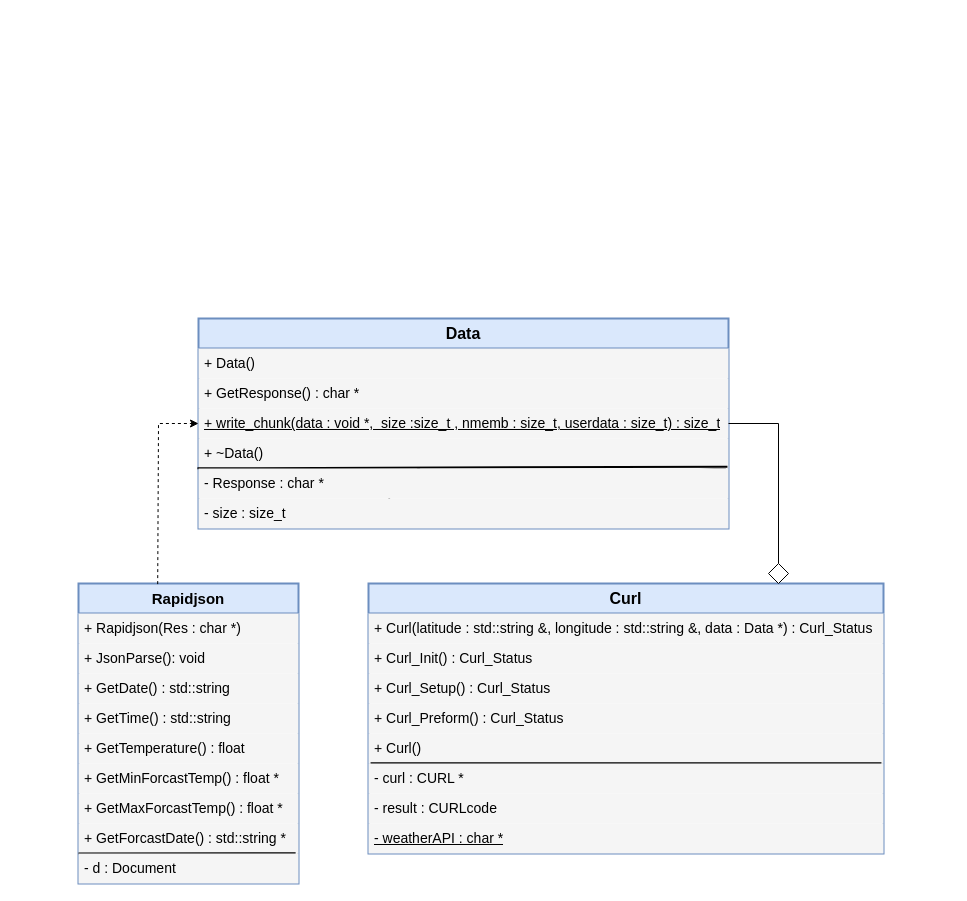
salmanasser712/WeatherForcast keeps this draw.io diagram as Docs/Class Diagram/WeatherForcast_ClassDiagram.drawio. Above is the earlier version. Source tidied: cells renumbered, new cells numbered last; positions are measured from the earlier drawing's top-left corner, leaving out a move shared by most shapes. Both pictures are drawn from the tidied source at 100%, with x=0, y=0 at pixel (78, 318).
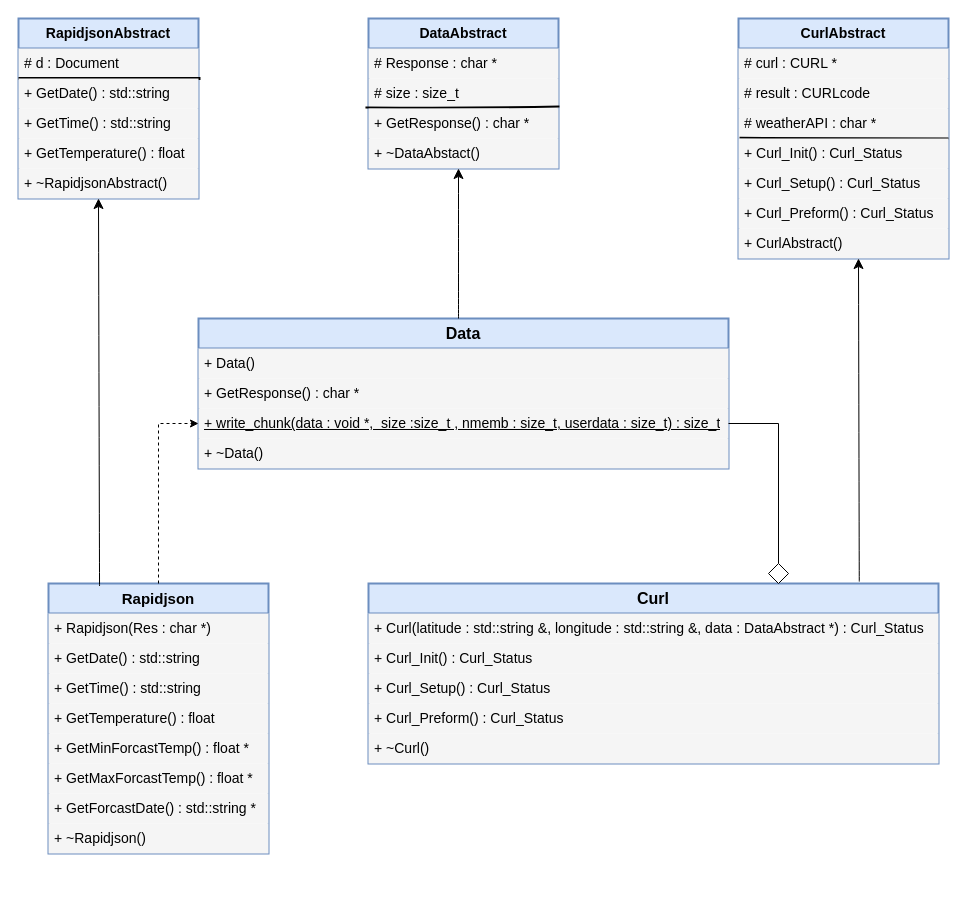
After the change.

The change refers to these unchanged cells:
```xml
<mxCell id="26" value="&lt;u style=&quot;font-size: 14px;&quot;&gt;+ write_chunk(data : void *,&amp;nbsp; size :size_t , nmemb : size_t, userdata : size_t) :&amp;nbsp;size_t&lt;/u&gt;" style="text;strokeColor=none;fillColor=#f5f5f5;align=left;verticalAlign=middle;spacingLeft=4;spacingRight=4;overflow=hidden;points=[[0,0.5],[1,0.5]];portConstraint=eastwest;whiteSpace=wrap;html=1;fontColor=#000000;fontSize=14;strokeWidth=2;" parent="23" vertex="1">
  <mxGeometry y="90" width="530" height="30" as="geometry" />
</mxCell>
```

The edit, as a diff of the source:
```diff
@@
     <mxCell id="2" value="&lt;b&gt;&lt;font style=&quot;font-size: 15px;&quot;&gt;Rapidjson&lt;/font&gt;&lt;/b&gt;" style="swimlane;fontStyle=0;horizontal=1;startSize=30;whiteSpace=wrap;html=1;fillColor=#dae8fc;strokeColor=#6c8ebf;strokeWidth=2;" parent="1" vertex="1">
-      <mxGeometry y="265" width="220" height="300" as="geometry" />
+      <mxGeometry x="-30" y="265" width="220" height="270" as="geometry" />
     </mxCell>
@@
-    <mxCell id="4" value="+&amp;nbsp;JsonParse(): void" style="text;strokeColor=none;fillColor=#f5f5f5;align=left;verticalAlign=middle;spacingLeft=4;spacingRight=4;overflow=hidden;whiteSpace=wrap;html=1;fontColor=#000000;fontSize=14;strokeWidth=2;" parent="2" vertex="1">
-      <mxGeometry y="60" width="220" height="30" as="geometry" />
-    </mxCell>
     <mxCell id="5" value="+ GetDate() : std::string" style="text;strokeColor=none;fillColor=#f5f5f5;align=left;verticalAlign=middle;spacingLeft=4;spacingRight=4;overflow=hidden;whiteSpace=wrap;html=1;fontColor=#000000;fontSize=14;strokeWidth=2;" parent="2" vertex="1">
-      <mxGeometry y="90" width="220" height="30" as="geometry" />
+      <mxGeometry y="60" width="220" height="30" as="geometry" />
     </mxCell>
     <mxCell id="6" value="+&amp;nbsp;GetTime() : std::string" style="text;strokeColor=none;fillColor=#f5f5f5;align=left;verticalAlign=middle;spacingLeft=4;spacingRight=4;overflow=hidden;whiteSpace=wrap;html=1;fontColor=#000000;fontSize=14;strokeWidth=2;" parent="2" vertex="1">
-      <mxGeometry y="120" width="220" height="30" as="geometry" />
+      <mxGeometry y="90" width="220" height="30" as="geometry" />
     </mxCell>
     <mxCell id="7" value="+&amp;nbsp;GetTemperature() : float" style="text;strokeColor=none;fillColor=#f5f5f5;align=left;verticalAlign=middle;spacingLeft=4;spacingRight=4;overflow=hidden;whiteSpace=wrap;html=1;fontColor=#000000;fontSize=14;strokeWidth=2;" parent="2" vertex="1">
-      <mxGeometry y="150" width="220" height="30" as="geometry" />
+      <mxGeometry y="120" width="220" height="30" as="geometry" />
     </mxCell>
     <mxCell id="8" value="+&amp;nbsp;GetMinForcastTemp() : float *" style="text;strokeColor=none;fillColor=#f5f5f5;align=left;verticalAlign=middle;spacingLeft=4;spacingRight=4;overflow=hidden;whiteSpace=wrap;html=1;fontColor=#000000;fontSize=14;strokeWidth=2;" parent="2" vertex="1">
-      <mxGeometry y="180" width="220" height="30" as="geometry" />
+      <mxGeometry y="150" width="220" height="30" as="geometry" />
     </mxCell>
     <mxCell id="9" value="+&amp;nbsp;GetMaxForcastTemp() : float *" style="text;strokeColor=none;fillColor=#f5f5f5;align=left;verticalAlign=middle;spacingLeft=4;spacingRight=4;overflow=hidden;whiteSpace=wrap;html=1;fontColor=#000000;fontSize=14;strokeWidth=2;" parent="2" vertex="1">
-      <mxGeometry y="210" width="220" height="30" as="geometry" />
+      <mxGeometry y="180" width="220" height="30" as="geometry" />
     </mxCell>
     <mxCell id="10" value="+&amp;nbsp;GetForcastDate() : std::string *" style="text;strokeColor=none;fillColor=#f5f5f5;align=left;verticalAlign=middle;spacingLeft=4;spacingRight=4;overflow=hidden;whiteSpace=wrap;html=1;fontColor=#000000;fontSize=14;strokeWidth=2;" parent="2" vertex="1">
-      <mxGeometry y="240" width="220" height="30" as="geometry" />
+      <mxGeometry y="210" width="220" height="30" as="geometry" />
     </mxCell>
-    <mxCell id="11" style="endArrow=none;html=1;rounded=0;strokeWidth=2;entryX=0.987;entryY=-0.006;entryDx=0;entryDy=0;entryPerimeter=0;" parent="2" edge="1" target="12">
-      <mxGeometry relative="1" as="geometry">
-        <mxPoint y="270" as="sourcePoint" />
-      </mxGeometry>
-    </mxCell>
-    <mxCell id="12" value="- d : Document" style="text;strokeColor=none;fillColor=#f5f5f5;align=left;verticalAlign=middle;spacingLeft=4;spacingRight=4;overflow=hidden;points=[[0,0.5],[1,0.5]];portConstraint=eastwest;whiteSpace=wrap;html=1;fontColor=#000000;fontSize=14;strokeWidth=2;" parent="2" vertex="1">
-      <mxGeometry y="270" width="220" height="30" as="geometry" />
-    </mxCell>
+    <mxCell id="36" value="+ ~Rapidjson()" style="text;strokeColor=none;fillColor=#f5f5f5;align=left;verticalAlign=middle;spacingLeft=4;spacingRight=4;overflow=hidden;whiteSpace=wrap;html=1;fontColor=#000000;fontSize=14;strokeWidth=2;" parent="2" vertex="1">
+      <mxGeometry y="240" width="220" height="30" as="geometry" />
+    </mxCell>
     <mxCell id="13" value="&lt;font size=&quot;1&quot; style=&quot;&quot;&gt;&lt;b style=&quot;font-size: 16px;&quot;&gt;Curl&lt;/b&gt;&lt;/font&gt;" style="swimlane;fontStyle=0;horizontal=1;startSize=30;whiteSpace=wrap;html=1;fillColor=#dae8fc;strokeColor=#6c8ebf;strokeWidth=2;" parent="1" vertex="1">
-      <mxGeometry x="290" y="265" width="515" height="270" as="geometry" />
+      <mxGeometry x="290" y="265" width="570" height="180" as="geometry" />
     </mxCell>
-    <mxCell id="14" value="+ Curl(latitude : std::string &amp;amp;, longitude : std::string &amp;amp;, data : Data *) :&amp;nbsp;Curl_Status" style="text;strokeColor=none;fillColor=#f5f5f5;align=left;verticalAlign=middle;spacingLeft=4;spacingRight=4;overflow=hidden;whiteSpace=wrap;html=1;fontColor=#000000;fontSize=14;strokeWidth=2;" parent="13" vertex="1">
-      <mxGeometry y="30" width="515" height="30" as="geometry" />
+    <mxCell id="14" value="+ Curl(latitude : std::string &amp;amp;, longitude : std::string &amp;amp;, data : DataAbstract *) :&amp;nbsp;Curl_Status" style="text;strokeColor=none;fillColor=#f5f5f5;align=left;verticalAlign=middle;spacingLeft=4;spacingRight=4;overflow=hidden;whiteSpace=wrap;html=1;fontColor=#000000;fontSize=14;strokeWidth=2;" parent="13" vertex="1">
+      <mxGeometry y="30" width="570" height="30" as="geometry" />
     </mxCell>
     <mxCell id="15" value="+ Curl_Init() : Curl_Status" style="text;strokeColor=none;fillColor=#f5f5f5;align=left;verticalAlign=middle;spacingLeft=4;spacingRight=4;overflow=hidden;whiteSpace=wrap;html=1;fontColor=#000000;fontSize=14;strokeWidth=2;" parent="13" vertex="1">
-      <mxGeometry y="60" width="515" height="30" as="geometry" />
+      <mxGeometry y="60" width="570" height="30" as="geometry" />
     </mxCell>
     <mxCell id="16" value="+ Curl_Setup() : Curl_Status" style="text;strokeColor=none;fillColor=#f5f5f5;align=left;verticalAlign=middle;spacingLeft=4;spacingRight=4;overflow=hidden;whiteSpace=wrap;html=1;fontColor=#000000;fontSize=14;strokeWidth=2;" parent="13" vertex="1">
-      <mxGeometry y="90" width="515" height="30" as="geometry" />
+      <mxGeometry y="90" width="570" height="30" as="geometry" />
     </mxCell>
     <mxCell id="17" value="+ Curl_Preform() : Curl_Status&amp;nbsp;" style="text;strokeColor=none;fillColor=#f5f5f5;align=left;verticalAlign=middle;spacingLeft=4;spacingRight=4;overflow=hidden;whiteSpace=wrap;html=1;fontColor=#000000;fontSize=14;strokeWidth=2;" parent="13" vertex="1">
-      <mxGeometry y="120" width="515" height="30" as="geometry" />
+      <mxGeometry y="120" width="570" height="30" as="geometry" />
     </mxCell>
-    <mxCell id="18" value="+&amp;nbsp;Curl()" style="text;strokeColor=none;fillColor=#f5f5f5;align=left;verticalAlign=middle;spacingLeft=4;spacingRight=4;overflow=hidden;whiteSpace=wrap;html=1;fontColor=#000000;fontSize=14;strokeWidth=2;" parent="13" vertex="1">
-      <mxGeometry y="150" width="515" height="30" as="geometry" />
+    <mxCell id="18" value="+ ~Curl()" style="text;strokeColor=none;fillColor=#f5f5f5;align=left;verticalAlign=middle;spacingLeft=4;spacingRight=4;overflow=hidden;whiteSpace=wrap;html=1;fontColor=#000000;fontSize=14;strokeWidth=2;" parent="13" vertex="1">
+      <mxGeometry y="150" width="570" height="30" as="geometry" />
     </mxCell>
-    <mxCell id="19" style="endArrow=none;html=1;rounded=0;strokeWidth=2;entryX=0.996;entryY=-0.006;entryDx=0;entryDy=0;entryPerimeter=0;exitX=0.004;exitY=-0.006;exitDx=0;exitDy=0;exitPerimeter=0;" parent="13" edge="1" source="20" target="20">
-      <mxGeometry relative="1" as="geometry" />
-    </mxCell>
-    <mxCell id="20" value="-&amp;nbsp;curl : CURL *" style="text;strokeColor=none;fillColor=#f5f5f5;align=left;verticalAlign=middle;spacingLeft=4;spacingRight=4;overflow=hidden;points=[[0,0.5],[1,0.5]];portConstraint=eastwest;whiteSpace=wrap;html=1;fontColor=#000000;fontSize=14;strokeWidth=2;" parent="13" vertex="1">
-      <mxGeometry y="180" width="515" height="30" as="geometry" />
-    </mxCell>
-    <mxCell id="21" value="-&amp;nbsp;result : CURLcode" style="text;strokeColor=none;fillColor=#f5f5f5;align=left;verticalAlign=middle;spacingLeft=4;spacingRight=4;overflow=hidden;whiteSpace=wrap;html=1;fontColor=#000000;fontSize=14;strokeWidth=2;" parent="13" vertex="1">
-      <mxGeometry y="210" width="515" height="30" as="geometry" />
-    </mxCell>
-    <mxCell id="22" value="&lt;u&gt;-&amp;nbsp;weatherAPI : char *&lt;/u&gt;" style="text;strokeColor=none;fillColor=#f5f5f5;align=left;verticalAlign=middle;spacingLeft=4;spacingRight=4;overflow=hidden;whiteSpace=wrap;html=1;fontColor=#000000;fontSize=14;strokeWidth=2;" parent="13" vertex="1">
-      <mxGeometry y="240" width="515" height="30" as="geometry" />
-    </mxCell>
     <mxCell id="23" value="&lt;font style=&quot;font-size: 16px;&quot;&gt;&lt;b&gt;Data&lt;/b&gt;&lt;/font&gt;" style="swimlane;fontStyle=0;horizontal=1;startSize=30;whiteSpace=wrap;html=1;fillColor=#dae8fc;strokeColor=#6c8ebf;strokeWidth=2;" parent="1" vertex="1">
-      <mxGeometry x="120" width="530" height="210" as="geometry" />
+      <mxGeometry x="120" width="530" height="150" as="geometry" />
     </mxCell>
@@
-    <mxCell id="27" style="endArrow=none;html=1;rounded=0;strokeWidth=2;" parent="23" edge="1">
-      <mxGeometry relative="1" as="geometry">
-        <mxPoint x="190" y="180" as="sourcePoint" />
-        <mxPoint x="240" y="130" as="targetPoint" />
-      </mxGeometry>
-    </mxCell>
-    <mxCell id="28" style="endArrow=none;html=1;rounded=0;strokeWidth=2;entryX=0.995;entryY=-0.006;entryDx=0;entryDy=0;entryPerimeter=0;" parent="23" edge="1" target="31">
-      <mxGeometry relative="1" as="geometry">
-        <mxPoint x="220" y="170" as="sourcePoint" />
-      </mxGeometry>
-    </mxCell>
@@
-    <mxCell id="30" style="endArrow=none;html=1;rounded=0;strokeWidth=2;entryX=0.998;entryY=-0.061;entryDx=0;entryDy=0;entryPerimeter=0;exitX=-0.002;exitY=-0.006;exitDx=0;exitDy=0;exitPerimeter=0;" parent="23" edge="1" source="31" target="31">
-      <mxGeometry relative="1" as="geometry" />
-    </mxCell>
-    <mxCell id="31" value="&lt;div style=&quot;font-size: 14px;&quot;&gt;- Response : char *&lt;/div&gt;" style="text;strokeColor=none;fillColor=#f5f5f5;align=left;verticalAlign=middle;spacingLeft=4;spacingRight=4;overflow=hidden;points=[[0,0.5],[1,0.5]];portConstraint=eastwest;whiteSpace=wrap;html=1;fontColor=#000000;fontSize=14;strokeWidth=2;" parent="23" vertex="1">
-      <mxGeometry y="150" width="530" height="30" as="geometry" />
-    </mxCell>
-    <mxCell id="32" value="- size : size_t" style="text;strokeColor=none;fillColor=#f5f5f5;align=left;verticalAlign=middle;spacingLeft=4;spacingRight=4;overflow=hidden;whiteSpace=wrap;html=1;fontColor=#000000;fontSize=14;strokeWidth=2;" parent="23" vertex="1">
-      <mxGeometry y="180" width="530" height="30" as="geometry" />
-    </mxCell>
@@
-    <mxCell id="35" style="endArrow=classic;html=1;rounded=0;entryX=0;entryY=0.5;entryDx=0;entryDy=0;exitX=0.36;exitY=0.002;exitDx=0;exitDy=0;exitPerimeter=0;dashed=1;" parent="1" edge="1" source="2" target="26">
+    <mxCell id="35" style="endArrow=classic;html=1;rounded=0;entryX=0;entryY=0.5;entryDx=0;entryDy=0;dashed=1;" parent="1" edge="1" source="2" target="26">
       <mxGeometry relative="1" as="geometry">
         <Array as="points">
           <mxPoint x="80" y="105" />
         </Array>
       </mxGeometry>
     </mxCell>
+    <mxCell id="37" value="&lt;b&gt;&lt;font style=&quot;font-size: 14px;&quot;&gt;DataAbstract&lt;/font&gt;&lt;/b&gt;" style="swimlane;fontStyle=0;horizontal=1;startSize=30;whiteSpace=wrap;html=1;fillColor=#dae8fc;strokeColor=#6c8ebf;strokeWidth=2;" parent="1" vertex="1">
+      <mxGeometry x="290" y="-300" width="190" height="150" as="geometry" />
+    </mxCell>
+    <mxCell id="38" value="&lt;div style=&quot;font-size: 14px;&quot;&gt;# Response : char *&lt;/div&gt;" style="text;strokeColor=none;fillColor=#f5f5f5;align=left;verticalAlign=middle;spacingLeft=4;spacingRight=4;overflow=hidden;whiteSpace=wrap;html=1;fontColor=#000000;fontSize=14;strokeWidth=2;" parent="37" vertex="1">
+      <mxGeometry y="30" width="190" height="30" as="geometry" />
+    </mxCell>
+    <mxCell id="39" value="# size : size_t" style="text;strokeColor=none;fillColor=#f5f5f5;align=left;verticalAlign=middle;spacingLeft=4;spacingRight=4;overflow=hidden;points=[[0,0.5],[1,0.5]];portConstraint=eastwest;whiteSpace=wrap;html=1;fontColor=#000000;fontSize=14;strokeWidth=2;" parent="37" vertex="1">
+      <mxGeometry y="60" width="190" height="30" as="geometry" />
+    </mxCell>
+    <mxCell id="40" style="endArrow=none;html=1;rounded=0;fontSize=12;startSize=8;endSize=8;curved=1;exitX=-0.016;exitY=0.967;exitDx=0;exitDy=0;exitPerimeter=0;strokeWidth=2;entryX=1.005;entryY=-0.067;entryDx=0;entryDy=0;entryPerimeter=0;" parent="37" edge="1" source="39" target="41">
+      <mxGeometry relative="1" as="geometry">
+        <Array as="points">
+          <mxPoint x="100" y="90" />
+        </Array>
+      </mxGeometry>
+    </mxCell>
+    <mxCell id="41" value="+&amp;nbsp;GetResponse() : char *" style="text;strokeColor=none;fillColor=#f5f5f5;align=left;verticalAlign=middle;spacingLeft=4;spacingRight=4;overflow=hidden;points=[[0,0.5],[1,0.5]];portConstraint=eastwest;whiteSpace=wrap;html=1;fontColor=#000000;fontSize=14;strokeWidth=2;" parent="37" vertex="1">
+      <mxGeometry y="90" width="190" height="30" as="geometry" />
+    </mxCell>
+    <mxCell id="42" value="+ ~DataAbstact()" style="text;strokeColor=none;fillColor=#f5f5f5;align=left;verticalAlign=middle;spacingLeft=4;spacingRight=4;overflow=hidden;whiteSpace=wrap;html=1;fontColor=#000000;fontSize=14;strokeWidth=2;" parent="37" vertex="1">
+      <mxGeometry y="120" width="190" height="30" as="geometry" />
+    </mxCell>
+    <mxCell id="43" value="&lt;b&gt;&lt;font style=&quot;font-size: 14px;&quot;&gt;RapidjsonAbstract&lt;/font&gt;&lt;/b&gt;" style="swimlane;fontStyle=0;horizontal=1;startSize=30;whiteSpace=wrap;html=1;fillColor=#dae8fc;strokeColor=#6c8ebf;strokeWidth=2;" parent="1" vertex="1">
+      <mxGeometry x="-60" y="-300" width="180" height="180" as="geometry" />
+    </mxCell>
+    <mxCell id="44" value="# d : Document" style="text;strokeColor=none;fillColor=#f5f5f5;align=left;verticalAlign=middle;spacingLeft=4;spacingRight=4;overflow=hidden;points=[[0,0.5],[1,0.5]];portConstraint=eastwest;whiteSpace=wrap;html=1;fontColor=#000000;fontSize=14;strokeWidth=2;" parent="43" vertex="1">
+      <mxGeometry y="30" width="180" height="30" as="geometry" />
+    </mxCell>
+    <mxCell id="45" style="endArrow=none;html=1;rounded=0;fontSize=12;startSize=8;endSize=8;curved=0;entryX=1.011;entryY=1;entryDx=0;entryDy=0;entryPerimeter=0;exitX=0;exitY=0;exitDx=0;exitDy=0;exitPerimeter=0;strokeWidth=3;" parent="43" edge="1" source="46" target="44">
+      <mxGeometry relative="1" as="geometry" />
+    </mxCell>
+    <mxCell id="46" value="+ GetDate() : std::string" style="text;strokeColor=none;fillColor=#f5f5f5;align=left;verticalAlign=middle;spacingLeft=4;spacingRight=4;overflow=hidden;points=[[0,0.5],[1,0.5]];portConstraint=eastwest;whiteSpace=wrap;html=1;fontColor=#000000;fontSize=14;strokeWidth=2;" parent="43" vertex="1">
+      <mxGeometry y="60" width="180" height="30" as="geometry" />
+    </mxCell>
+    <mxCell id="47" value="+&amp;nbsp;GetTime() : std::string" style="text;strokeColor=none;fillColor=#f5f5f5;align=left;verticalAlign=middle;spacingLeft=4;spacingRight=4;overflow=hidden;whiteSpace=wrap;html=1;fontColor=#000000;fontSize=14;strokeWidth=2;" parent="43" vertex="1">
+      <mxGeometry y="90" width="180" height="30" as="geometry" />
+    </mxCell>
+    <mxCell id="48" value="+&amp;nbsp;GetTemperature() : float" style="text;strokeColor=none;fillColor=#f5f5f5;align=left;verticalAlign=middle;spacingLeft=4;spacingRight=4;overflow=hidden;whiteSpace=wrap;html=1;fontColor=#000000;fontSize=14;strokeWidth=2;" parent="43" vertex="1">
+      <mxGeometry y="120" width="180" height="30" as="geometry" />
+    </mxCell>
+    <mxCell id="49" value="+ ~RapidjsonAbstract()" style="text;strokeColor=none;fillColor=#f5f5f5;align=left;verticalAlign=middle;spacingLeft=4;spacingRight=4;overflow=hidden;whiteSpace=wrap;html=1;fontColor=#000000;fontSize=14;strokeWidth=2;" parent="43" vertex="1">
+      <mxGeometry y="150" width="180" height="30" as="geometry" />
+    </mxCell>
+    <mxCell id="50" value="&lt;b&gt;&lt;font style=&quot;font-size: 14px;&quot;&gt;CurlAbstract&lt;/font&gt;&lt;/b&gt;" style="swimlane;fontStyle=0;horizontal=1;startSize=30;whiteSpace=wrap;html=1;fillColor=#dae8fc;strokeColor=#6c8ebf;strokeWidth=2;" parent="1" vertex="1">
+      <mxGeometry x="660" y="-300" width="210" height="240" as="geometry" />
+    </mxCell>
+    <mxCell id="51" value="# curl : CURL *" style="text;strokeColor=none;fillColor=#f5f5f5;align=left;verticalAlign=middle;spacingLeft=4;spacingRight=4;overflow=hidden;whiteSpace=wrap;html=1;fontColor=#000000;fontSize=14;strokeWidth=2;" parent="50" vertex="1">
+      <mxGeometry y="30" width="210" height="30" as="geometry" />
+    </mxCell>
+    <mxCell id="52" value="# result : CURLcode" style="text;strokeColor=none;fillColor=#f5f5f5;align=left;verticalAlign=middle;spacingLeft=4;spacingRight=4;overflow=hidden;whiteSpace=wrap;html=1;fontColor=#000000;fontSize=14;strokeWidth=2;" parent="50" vertex="1">
+      <mxGeometry y="60" width="210" height="30" as="geometry" />
+    </mxCell>
+    <mxCell id="53" value="# weatherAPI : char *" style="text;strokeColor=none;fillColor=#f5f5f5;align=left;verticalAlign=middle;spacingLeft=4;spacingRight=4;overflow=hidden;whiteSpace=wrap;html=1;fontColor=#000000;fontSize=14;strokeWidth=2;" parent="50" vertex="1">
+      <mxGeometry y="90" width="210" height="30" as="geometry" />
+    </mxCell>
+    <mxCell id="54" style="endArrow=none;html=1;rounded=0;fontSize=12;startSize=8;endSize=8;curved=1;exitX=0.005;exitY=-0.022;exitDx=0;exitDy=0;exitPerimeter=0;strokeWidth=2;" parent="50" edge="1" source="55">
+      <mxGeometry relative="1" as="geometry">
+        <mxPoint x="210" y="120" as="targetPoint" />
+      </mxGeometry>
+    </mxCell>
+    <mxCell id="55" value="+ Curl_Init() : Curl_Status" style="text;strokeColor=none;fillColor=#f5f5f5;align=left;verticalAlign=middle;spacingLeft=4;spacingRight=4;overflow=hidden;points=[[0,0.5],[1,0.5]];portConstraint=eastwest;whiteSpace=wrap;html=1;fontColor=#000000;fontSize=14;strokeWidth=2;" parent="50" vertex="1">
+      <mxGeometry y="120" width="210" height="30" as="geometry" />
+    </mxCell>
+    <mxCell id="56" value="+ Curl_Setup() : Curl_Status" style="text;strokeColor=none;fillColor=#f5f5f5;align=left;verticalAlign=middle;spacingLeft=4;spacingRight=4;overflow=hidden;whiteSpace=wrap;html=1;fontColor=#000000;fontSize=14;strokeWidth=2;" parent="50" vertex="1">
+      <mxGeometry y="150" width="210" height="30" as="geometry" />
+    </mxCell>
+    <mxCell id="57" value="+ Curl_Preform() : Curl_Status&amp;nbsp;" style="text;strokeColor=none;fillColor=#f5f5f5;align=left;verticalAlign=middle;spacingLeft=4;spacingRight=4;overflow=hidden;whiteSpace=wrap;html=1;fontColor=#000000;fontSize=14;strokeWidth=2;" parent="50" vertex="1">
+      <mxGeometry y="180" width="210" height="30" as="geometry" />
+    </mxCell>
+    <mxCell id="58" value="+&amp;nbsp;CurlAbstract()" style="text;strokeColor=none;fillColor=#f5f5f5;align=left;verticalAlign=middle;spacingLeft=4;spacingRight=4;overflow=hidden;whiteSpace=wrap;html=1;fontColor=#000000;fontSize=14;strokeWidth=2;" parent="50" vertex="1">
+      <mxGeometry y="210" width="210" height="30" as="geometry" />
+    </mxCell>
+    <mxCell id="59" style="endArrow=classic;html=1;rounded=0;fontSize=12;startSize=8;endSize=8;curved=1;exitX=0.861;exitY=-0.011;exitDx=0;exitDy=0;exitPerimeter=0;" parent="1" edge="1" source="13">
+      <mxGeometry relative="1" as="geometry">
+        <mxPoint x="780" y="-60" as="targetPoint" />
+      </mxGeometry>
+    </mxCell>
+    <mxCell id="60" style="endArrow=classic;html=1;rounded=0;fontSize=12;startSize=8;endSize=8;curved=1;" parent="1" edge="1">
+      <mxGeometry relative="1" as="geometry">
+        <mxPoint x="380" as="sourcePoint" />
+        <mxPoint x="380" y="-150" as="targetPoint" />
+      </mxGeometry>
+    </mxCell>
+    <mxCell id="61" style="endArrow=classic;html=1;rounded=0;fontSize=12;startSize=8;endSize=8;curved=1;exitX=0.232;exitY=0.009;exitDx=0;exitDy=0;exitPerimeter=0;" parent="1" edge="1" source="2">
+      <mxGeometry relative="1" as="geometry">
+        <mxPoint x="20" y="-120" as="targetPoint" />
+      </mxGeometry>
+    </mxCell>
```
